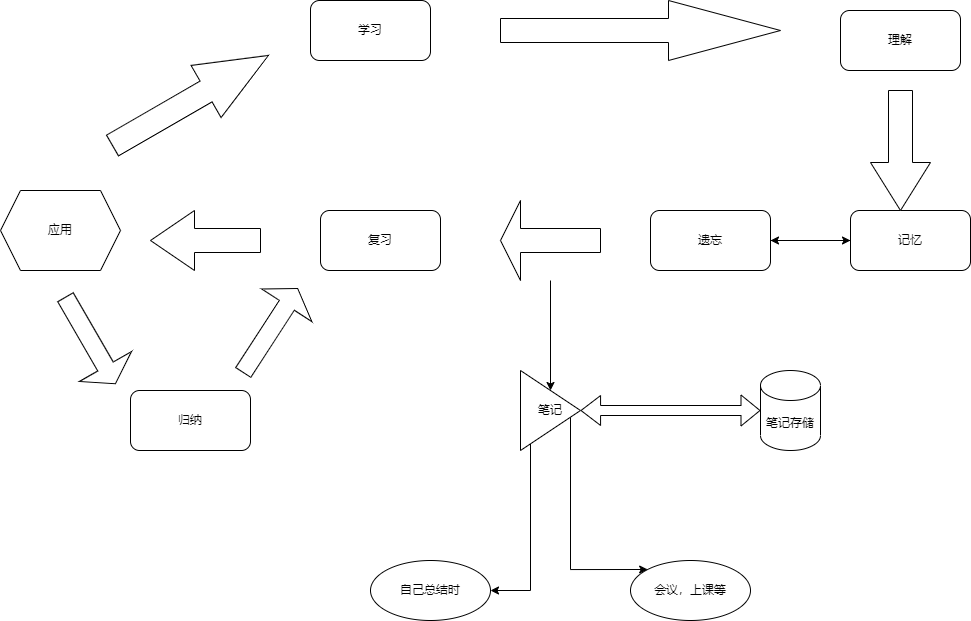
Earlier version of the draw.io export 学习流程图.drawio.png (alowisdom/draw). Source tidied: cells renumbered, new cells last; positions are measured from the earlier drawing's top-left corner, leaving out a move shared by most shapes.
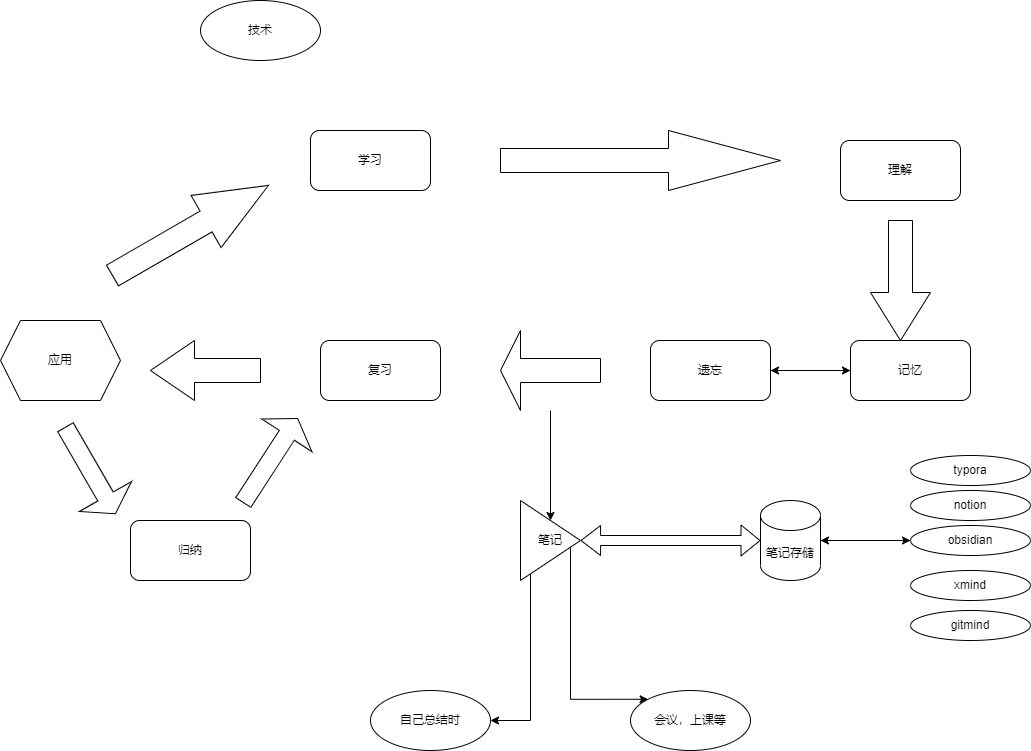
After the commit.

Commit message:
更新学习流程图.drawio.png

What changed in the source:
```diff
@@ -61,6 +61,9 @@
     <mxCell id="18" value="笔记" style="triangle;whiteSpace=wrap;html=1;" parent="1" vertex="1">
       <mxGeometry x="520" y="370" width="60" height="80" as="geometry" />
     </mxCell>
+    <mxCell id="26" style="edgeStyle=orthogonalEdgeStyle;rounded=0;jettySize=auto;html=1;" parent="1" edge="1" source="19" target="28">
+      <mxGeometry relative="1" as="geometry" />
+    </mxCell>
     <mxCell id="19" value="笔记存储" style="shape=cylinder3;whiteSpace=wrap;html=1;boundedLbl=1;backgroundOutline=1;size=15;" parent="1" vertex="1">
       <mxGeometry x="760" y="370" width="60" height="80" as="geometry" />
     </mxCell>
@@ -82,5 +85,26 @@
     <mxCell id="25" value="遗忘" style="rounded=1;whiteSpace=wrap;html=1;" parent="1" vertex="1">
       <mxGeometry x="650" y="210" width="120" height="60" as="geometry" />
     </mxCell>
+    <mxCell id="27" style="edgeStyle=orthogonalEdgeStyle;rounded=0;jettySize=auto;html=1;" parent="1" edge="1" source="28" target="19">
+      <mxGeometry relative="1" as="geometry" />
+    </mxCell>
+    <mxCell id="28" value="obsidian" style="ellipse;whiteSpace=wrap;html=1;" parent="1" vertex="1">
+      <mxGeometry x="910" y="395" width="120" height="30" as="geometry" />
+    </mxCell>
+    <mxCell id="29" value="notion" style="ellipse;whiteSpace=wrap;html=1;" parent="1" vertex="1">
+      <mxGeometry x="910" y="360" width="120" height="30" as="geometry" />
+    </mxCell>
+    <mxCell id="30" value="xmind" style="ellipse;whiteSpace=wrap;html=1;" parent="1" vertex="1">
+      <mxGeometry x="910" y="440" width="120" height="30" as="geometry" />
+    </mxCell>
+    <mxCell id="31" value="gitmind" style="ellipse;whiteSpace=wrap;html=1;" parent="1" vertex="1">
+      <mxGeometry x="910" y="480" width="120" height="30" as="geometry" />
+    </mxCell>
+    <mxCell id="32" value="typora" style="ellipse;whiteSpace=wrap;html=1;" parent="1" vertex="1">
+      <mxGeometry x="910" y="325" width="120" height="30" as="geometry" />
+    </mxCell>
+    <mxCell id="33" value="技术" style="ellipse;whiteSpace=wrap;html=1;" parent="1" vertex="1">
+      <mxGeometry x="200" y="-130" width="120" height="60" as="geometry" />
+    </mxCell>
   </root>
 </mxGraphModel>
```
